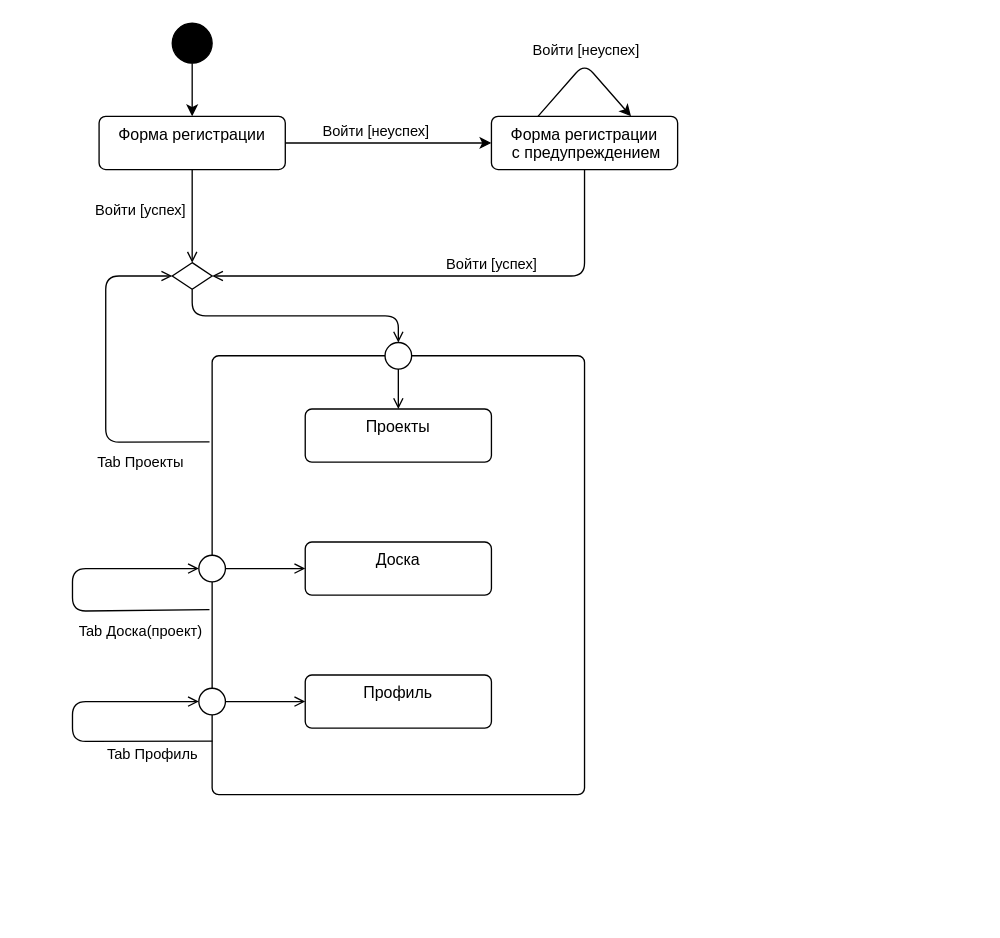
This is ui/automata/raw/main.drawio from aVorotnikov/thunder_board, a draw.io file, before an edit. Source tidied: cells renumbered, new cells numbered last; positions are measured from the earlier drawing's top-left corner, leaving out a move shared by most shapes. Both pictures are drawn from the tidied source at 133%, with x=0, y=0 at pixel (72, 23).
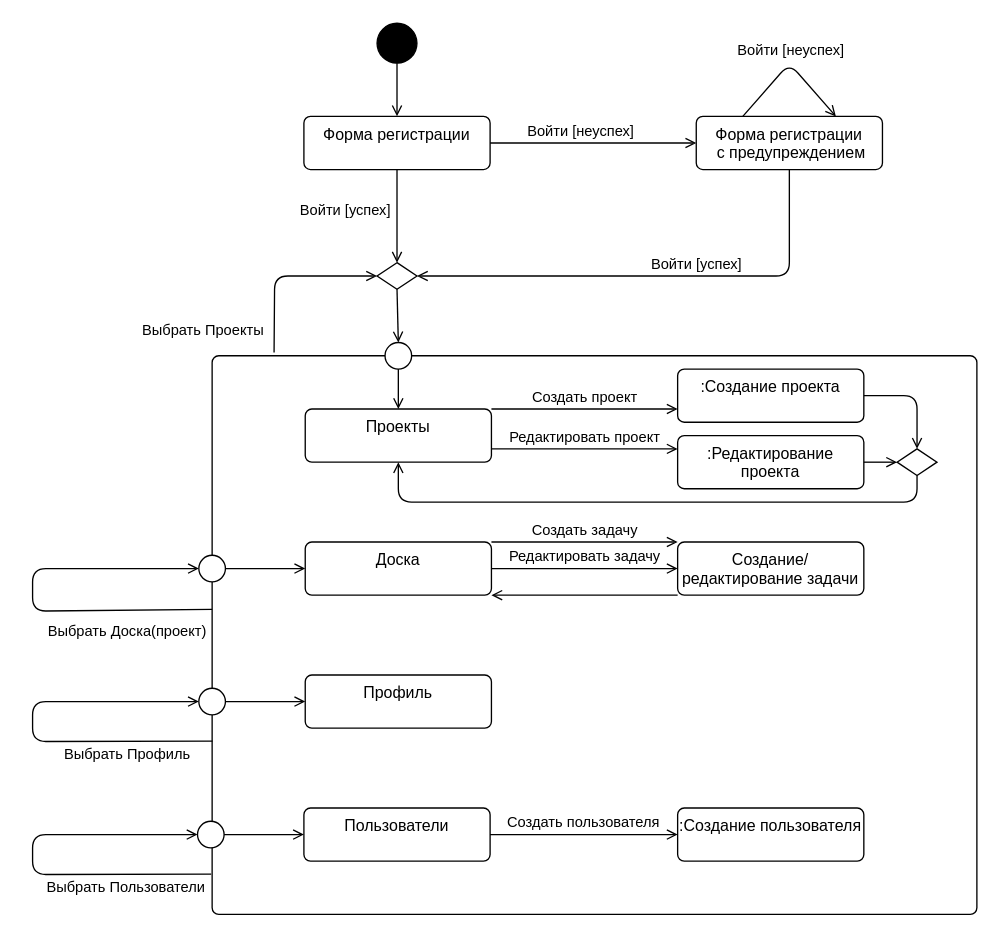
The same page after the edit.

Commit message (it also covers changes not shown here):
Добавлены создания и редактирования

The change refers to these unchanged cells:
```xml
<mxCell id="11" value="Доска" style="html=1;align=center;verticalAlign=top;rounded=1;absoluteArcSize=1;arcSize=10;dashed=0;whiteSpace=wrap;" parent="1" vertex="1">
  <mxGeometry x="175" y="390" width="140" height="40" as="geometry" />
</mxCell>
<mxCell id="12" value="Проекты" style="html=1;align=center;verticalAlign=top;rounded=1;absoluteArcSize=1;arcSize=10;dashed=0;whiteSpace=wrap;" parent="1" vertex="1">
  <mxGeometry x="175" y="290" width="140" height="40" as="geometry" />
</mxCell>
<mxCell id="16" style="ellipse;whiteSpace=wrap;html=1;" parent="1" vertex="1">
  <mxGeometry x="235" y="240" width="20" height="20" as="geometry" />
</mxCell>
<mxCell id="23" style="ellipse;whiteSpace=wrap;html=1;" parent="1" vertex="1">
  <mxGeometry x="95" y="400" width="20" height="20" as="geometry" />
</mxCell>
<mxCell id="24" style="ellipse;whiteSpace=wrap;html=1;" parent="1" vertex="1">
  <mxGeometry x="95" y="500" width="20" height="20" as="geometry" />
</mxCell>
```

Change to the diagram source:
```diff
@@
     <mxCell id="2" style="ellipse;fillColor=strokeColor;html=1;" parent="1" vertex="1">
-      <mxGeometry x="75" width="30" height="30" as="geometry" />
+      <mxGeometry x="229" width="30" height="30" as="geometry" />
     </mxCell>
     <mxCell id="3" value="Форма регистрации" style="html=1;align=center;verticalAlign=top;rounded=1;absoluteArcSize=1;arcSize=10;dashed=0;whiteSpace=wrap;" parent="1" vertex="1">
-      <mxGeometry x="20" y="70" width="140" height="40" as="geometry" />
+      <mxGeometry x="174" y="70" width="140" height="40" as="geometry" />
     </mxCell>
-    <mxCell id="4" style="endArrow=classic;html=1;rounded=0;exitX=0.5;exitY=1;exitDx=0;exitDy=0;entryX=0.5;entryY=0;entryDx=0;entryDy=0;" parent="1" edge="1" source="2" target="3">
+    <mxCell id="4" style="endArrow=open;html=1;rounded=0;exitX=0.5;exitY=1;exitDx=0;exitDy=0;entryX=0.5;entryY=0;entryDx=0;entryDy=0;endFill=0;" parent="1" edge="1" source="2" target="3">
       <mxGeometry relative="1" as="geometry" />
     </mxCell>
     <mxCell id="5" value="Форма регистрации&lt;br&gt;&amp;nbsp;с предупреждением" style="html=1;align=center;verticalAlign=top;rounded=1;absoluteArcSize=1;arcSize=10;dashed=0;whiteSpace=wrap;" parent="1" vertex="1">
-      <mxGeometry x="315" y="70" width="140" height="40" as="geometry" />
+      <mxGeometry x="469" y="70" width="140" height="40" as="geometry" />
     </mxCell>
-    <mxCell id="6" style="endArrow=classic;html=1;rounded=0;exitX=1;exitY=0.5;exitDx=0;exitDy=0;entryX=0;entryY=0.5;entryDx=0;entryDy=0;" parent="1" edge="1" source="3" target="5">
+    <mxCell id="6" style="endArrow=open;html=1;rounded=0;exitX=1;exitY=0.5;exitDx=0;exitDy=0;entryX=0;entryY=0.5;entryDx=0;entryDy=0;endFill=0;" parent="1" edge="1" source="3" target="5">
       <mxGeometry relative="1" as="geometry" />
     </mxCell>
@@
     <mxCell id="8" style="html=1;align=center;verticalAlign=top;rounded=1;absoluteArcSize=1;arcSize=10;dashed=0;whiteSpace=wrap;" parent="1" vertex="1">
-      <mxGeometry x="105" y="250" width="280" height="330" as="geometry" />
+      <mxGeometry x="105" y="250" width="575" height="420" as="geometry" />
     </mxCell>
-    <mxCell id="9" style="endArrow=classic;html=1;rounded=1;exitX=0.25;exitY=0;exitDx=0;exitDy=0;entryX=0.75;entryY=0;entryDx=0;entryDy=0;curved=0;" parent="1" edge="1" source="5" target="5">
+    <mxCell id="9" style="endArrow=open;html=1;rounded=1;exitX=0.25;exitY=0;exitDx=0;exitDy=0;entryX=0.75;entryY=0;entryDx=0;entryDy=0;curved=0;endFill=0;" parent="1" edge="1" source="5" target="5">
       <mxGeometry relative="1" as="geometry">
         <Array as="points">
-          <mxPoint x="385" y="30" />
+          <mxPoint x="539" y="30" />
         </Array>
       </mxGeometry>
     </mxCell>
@@
     <mxCell id="15" style="rhombus;whiteSpace=wrap;html=1;" parent="1" vertex="1">
-      <mxGeometry x="75" y="180" width="30" height="20" as="geometry" />
+      <mxGeometry x="229" y="180" width="30" height="20" as="geometry" />
     </mxCell>
@@
-    <mxCell id="17" style="endArrow=open;html=1;rounded=1;exitX=-0.007;exitY=0.196;exitDx=0;exitDy=0;entryX=0;entryY=0.5;entryDx=0;entryDy=0;curved=0;exitPerimeter=0;endFill=0;" parent="1" edge="1" source="8" target="15">
+    <mxCell id="17" style="endArrow=open;html=1;rounded=1;exitX=0.081;exitY=-0.006;exitDx=0;exitDy=0;entryX=0;entryY=0.5;entryDx=0;entryDy=0;curved=0;exitPerimeter=0;endFill=0;" parent="1" edge="1" source="8" target="15">
       <mxGeometry relative="1" as="geometry">
         <Array as="points">
-          <mxPoint x="25" y="315" />
-          <mxPoint x="25" y="190" />
+          <mxPoint x="152" y="190" />
         </Array>
       </mxGeometry>
     </mxCell>
-    <mxCell id="18" value="Tab Проекты" style="edgeLabel;html=1;align=center;verticalAlign=middle;" parent="17" vertex="1">
+    <mxCell id="18" value="Выбрать Проекты" style="edgeLabel;html=1;align=center;verticalAlign=middle;" parent="17" vertex="1">
       <mxGeometry x="-0.14" relative="1" as="geometry">
-        <mxPoint x="25" y="45" as="offset" />
+        <mxPoint x="-55" y="40" as="offset" />
       </mxGeometry>
     </mxCell>
     <mxCell id="19" value="Войти [успех]" style="edgeLabel;html=1;align=center;verticalAlign=middle;" parent="1" vertex="1">
-      <mxGeometry x="50" y="140" as="geometry" />
+      <mxGeometry x="204" y="140" as="geometry" />
     </mxCell>
     <mxCell id="20" style="endArrow=open;html=1;rounded=1;align=center;verticalAlign=top;endFill=0;labelBackgroundColor=none;endSize=6;exitX=0.5;exitY=1;exitDx=0;exitDy=0;curved=0;entryX=1;entryY=0.5;entryDx=0;entryDy=0;" parent="1" edge="1" source="5" target="15">
       <mxGeometry relative="1" as="geometry">
         <Array as="points">
-          <mxPoint x="385" y="190" />
+          <mxPoint x="539" y="190" />
         </Array>
       </mxGeometry>
     </mxCell>
     <mxCell id="21" style="endArrow=open;html=1;rounded=1;align=center;verticalAlign=top;endFill=0;labelBackgroundColor=none;endSize=6;exitX=0.5;exitY=1;exitDx=0;exitDy=0;curved=0;entryX=0.5;entryY=0;entryDx=0;entryDy=0;" parent="1" edge="1" source="15" target="16">
-      <mxGeometry relative="1" as="geometry">
-        <Array as="points">
-          <mxPoint x="90" y="220" />
-          <mxPoint x="245" y="220" />
-        </Array>
-      </mxGeometry>
+      <mxGeometry relative="1" as="geometry" />
     </mxCell>
     <mxCell id="22" value="Войти [успех]" style="edgeLabel;html=1;align=center;verticalAlign=middle;" parent="1" vertex="1">
-      <mxGeometry x="314" y="180" as="geometry" />
+      <mxGeometry x="468" y="180" as="geometry" />
     </mxCell>
@@
     <mxCell id="25" style="endArrow=open;html=1;rounded=1;exitX=0.001;exitY=0.848;exitDx=0;exitDy=0;entryX=0;entryY=0.5;entryDx=0;entryDy=0;curved=0;exitPerimeter=0;endFill=0;" parent="1" edge="1" target="24">
       <mxGeometry relative="1" as="geometry">
         <mxPoint x="105.3" y="539.8" as="sourcePoint" />
         <Array as="points">
-          <mxPoint y="540" />
-          <mxPoint y="510" />
+          <mxPoint x="-30" y="540" />
+          <mxPoint x="-30" y="510" />
         </Array>
       </mxGeometry>
     </mxCell>
-    <mxCell id="26" value="Tab Профиль" style="edgeLabel;html=1;align=center;verticalAlign=middle;" parent="25" vertex="1">
+    <mxCell id="26" value="Выбрать Профиль" style="edgeLabel;html=1;align=center;verticalAlign=middle;" parent="25" vertex="1">
       <mxGeometry x="-0.14" relative="1" as="geometry">
-        <mxPoint x="53" y="10" as="offset" />
+        <mxPoint x="60" y="10" as="offset" />
       </mxGeometry>
     </mxCell>
-    <mxCell id="27" style="endArrow=open;html=1;rounded=1;entryX=0;entryY=0.5;entryDx=0;entryDy=0;curved=0;endFill=0;exitX=-0.007;exitY=0.527;exitDx=0;exitDy=0;exitPerimeter=0;" parent="1" edge="1" target="23">
+    <mxCell id="27" style="endArrow=open;html=1;rounded=1;entryX=0;entryY=0.5;entryDx=0;entryDy=0;curved=0;endFill=0;exitX=0;exitY=0.454;exitDx=0;exitDy=0;exitPerimeter=0;" parent="1" edge="1" source="8" target="23">
       <mxGeometry relative="1" as="geometry">
-        <mxPoint x="103" y="440.9" as="sourcePoint" />
         <Array as="points">
-          <mxPoint y="442" />
-          <mxPoint y="410" />
+          <mxPoint x="-30" y="442" />
+          <mxPoint x="-30" y="410" />
         </Array>
       </mxGeometry>
     </mxCell>
-    <mxCell id="28" value="Tab Доска(проект)" style="edgeLabel;html=1;align=center;verticalAlign=middle;" parent="27" vertex="1">
+    <mxCell id="28" value="Выбрать Доска(проект)" style="edgeLabel;html=1;align=center;verticalAlign=middle;" parent="27" vertex="1">
       <mxGeometry x="-0.14" relative="1" as="geometry">
-        <mxPoint x="46" y="15" as="offset" />
+        <mxPoint x="61" y="15" as="offset" />
       </mxGeometry>
     </mxCell>
@@
+    <mxCell id="32" value="Создание/редактирование задачи" style="html=1;align=center;verticalAlign=top;rounded=1;absoluteArcSize=1;arcSize=10;dashed=0;whiteSpace=wrap;" parent="1" vertex="1">
+      <mxGeometry x="455" y="390" width="140" height="40" as="geometry" />
+    </mxCell>
+    <mxCell id="33" style="endArrow=open;html=1;rounded=1;align=center;verticalAlign=top;endFill=0;labelBackgroundColor=none;endSize=6;exitX=1;exitY=0;exitDx=0;exitDy=0;curved=0;entryX=0;entryY=0;entryDx=0;entryDy=0;" parent="1" edge="1" source="11" target="32">
+      <mxGeometry relative="1" as="geometry" />
+    </mxCell>
+    <mxCell id="34" value="Создать задачу" style="edgeLabel;html=1;align=center;verticalAlign=middle;" parent="33" vertex="1">
+      <mxGeometry x="-0.02" y="1" relative="1" as="geometry">
+        <mxPoint y="-9" as="offset" />
+      </mxGeometry>
+    </mxCell>
+    <mxCell id="35" style="endArrow=open;html=1;rounded=1;align=center;verticalAlign=top;endFill=0;labelBackgroundColor=none;endSize=6;exitX=1;exitY=0.5;exitDx=0;exitDy=0;curved=0;entryX=0;entryY=0.5;entryDx=0;entryDy=0;" parent="1" edge="1" source="11" target="32">
+      <mxGeometry relative="1" as="geometry" />
+    </mxCell>
+    <mxCell id="36" value="Редактировать задачу" style="edgeLabel;html=1;align=center;verticalAlign=middle;" parent="35" vertex="1">
+      <mxGeometry x="-0.02" y="1" relative="1" as="geometry">
+        <mxPoint y="-9" as="offset" />
+      </mxGeometry>
+    </mxCell>
+    <mxCell id="37" style="endArrow=open;html=1;rounded=1;entryX=1;entryY=1;entryDx=0;entryDy=0;curved=0;endFill=0;exitX=0;exitY=1;exitDx=0;exitDy=0;" parent="1" edge="1" source="32" target="11">
+      <mxGeometry relative="1" as="geometry" />
+    </mxCell>
+    <mxCell id="38" value=":Создание проекта" style="html=1;align=center;verticalAlign=top;rounded=1;absoluteArcSize=1;arcSize=10;dashed=0;whiteSpace=wrap;" parent="1" vertex="1">
+      <mxGeometry x="455" y="260" width="140" height="40" as="geometry" />
+    </mxCell>
+    <mxCell id="39" style="endArrow=open;html=1;rounded=1;align=center;verticalAlign=top;endFill=0;labelBackgroundColor=none;endSize=6;exitX=1;exitY=0;exitDx=0;exitDy=0;curved=0;entryX=0;entryY=0.75;entryDx=0;entryDy=0;" parent="1" edge="1" source="12" target="38">
+      <mxGeometry relative="1" as="geometry" />
+    </mxCell>
+    <mxCell id="40" value="Создать проект" style="edgeLabel;html=1;align=center;verticalAlign=middle;" parent="39" vertex="1">
+      <mxGeometry x="-0.02" y="1" relative="1" as="geometry">
+        <mxPoint y="-9" as="offset" />
+      </mxGeometry>
+    </mxCell>
+    <mxCell id="41" value=":Редактирование проекта" style="html=1;align=center;verticalAlign=top;rounded=1;absoluteArcSize=1;arcSize=10;dashed=0;whiteSpace=wrap;" parent="1" vertex="1">
+      <mxGeometry x="455" y="310" width="140" height="40" as="geometry" />
+    </mxCell>
+    <mxCell id="42" style="endArrow=open;html=1;rounded=1;align=center;verticalAlign=top;endFill=0;labelBackgroundColor=none;endSize=6;exitX=1;exitY=0.75;exitDx=0;exitDy=0;curved=0;entryX=0;entryY=0.25;entryDx=0;entryDy=0;" parent="1" edge="1" source="12" target="41">
+      <mxGeometry relative="1" as="geometry" />
+    </mxCell>
+    <mxCell id="43" value="Редактировать проект" style="edgeLabel;html=1;align=center;verticalAlign=middle;" parent="42" vertex="1">
+      <mxGeometry x="-0.02" y="1" relative="1" as="geometry">
+        <mxPoint y="-9" as="offset" />
+      </mxGeometry>
+    </mxCell>
+    <mxCell id="44" value="Пользователи" style="html=1;align=center;verticalAlign=top;rounded=1;absoluteArcSize=1;arcSize=10;dashed=0;whiteSpace=wrap;" parent="1" vertex="1">
+      <mxGeometry x="174" y="590" width="140" height="40" as="geometry" />
+    </mxCell>
+    <mxCell id="45" style="ellipse;whiteSpace=wrap;html=1;" parent="1" vertex="1">
+      <mxGeometry x="94" y="600" width="20" height="20" as="geometry" />
+    </mxCell>
+    <mxCell id="46" style="endArrow=open;html=1;rounded=1;exitX=0.001;exitY=0.848;exitDx=0;exitDy=0;entryX=0;entryY=0.5;entryDx=0;entryDy=0;curved=0;exitPerimeter=0;endFill=0;" parent="1" edge="1" target="45">
+      <mxGeometry relative="1" as="geometry">
+        <mxPoint x="104.3" y="639.8" as="sourcePoint" />
+        <Array as="points">
+          <mxPoint x="-30" y="640" />
+          <mxPoint x="-30" y="610" />
+        </Array>
+      </mxGeometry>
+    </mxCell>
+    <mxCell id="47" value="Выбрать Пользователи" style="edgeLabel;html=1;align=center;verticalAlign=middle;" parent="46" vertex="1">
+      <mxGeometry x="-0.14" relative="1" as="geometry">
+        <mxPoint x="59" y="10" as="offset" />
+      </mxGeometry>
+    </mxCell>
+    <mxCell id="48" style="endArrow=open;html=1;rounded=1;align=center;verticalAlign=top;endFill=0;labelBackgroundColor=none;endSize=6;exitX=1;exitY=0.5;exitDx=0;exitDy=0;curved=0;entryX=0;entryY=0.5;entryDx=0;entryDy=0;" parent="1" edge="1" source="45" target="44">
+      <mxGeometry relative="1" as="geometry" />
+    </mxCell>
+    <mxCell id="49" value=":Создание пользователя" style="html=1;align=center;verticalAlign=top;rounded=1;absoluteArcSize=1;arcSize=10;dashed=0;whiteSpace=wrap;" parent="1" vertex="1">
+      <mxGeometry x="455" y="590" width="140" height="40" as="geometry" />
+    </mxCell>
+    <mxCell id="50" style="endArrow=open;html=1;rounded=1;align=center;verticalAlign=top;endFill=0;labelBackgroundColor=none;endSize=6;exitX=1;exitY=0.5;exitDx=0;exitDy=0;curved=0;entryX=0;entryY=0.5;entryDx=0;entryDy=0;" parent="1" edge="1" source="44" target="49">
+      <mxGeometry relative="1" as="geometry" />
+    </mxCell>
+    <mxCell id="51" value="Создать пользователя" style="edgeLabel;html=1;align=center;verticalAlign=middle;" parent="50" vertex="1">
+      <mxGeometry x="-0.02" y="1" relative="1" as="geometry">
+        <mxPoint y="-9" as="offset" />
+      </mxGeometry>
+    </mxCell>
+    <mxCell id="52" style="rhombus;whiteSpace=wrap;html=1;" parent="1" vertex="1">
+      <mxGeometry x="620" y="320" width="30" height="20" as="geometry" />
+    </mxCell>
+    <mxCell id="53" style="endArrow=open;html=1;rounded=1;entryX=0.5;entryY=0;entryDx=0;entryDy=0;curved=0;endFill=0;exitX=1;exitY=0.5;exitDx=0;exitDy=0;" parent="1" edge="1" source="38" target="52">
+      <mxGeometry relative="1" as="geometry">
+        <Array as="points">
+          <mxPoint x="635" y="280" />
+        </Array>
+      </mxGeometry>
+    </mxCell>
+    <mxCell id="54" style="endArrow=open;html=1;rounded=1;entryX=0;entryY=0.5;entryDx=0;entryDy=0;curved=0;endFill=0;exitX=1;exitY=0.5;exitDx=0;exitDy=0;" parent="1" edge="1" source="41" target="52">
+      <mxGeometry relative="1" as="geometry" />
+    </mxCell>
+    <mxCell id="55" style="endArrow=open;html=1;rounded=1;entryX=0.5;entryY=1;entryDx=0;entryDy=0;curved=0;endFill=0;exitX=0.5;exitY=1;exitDx=0;exitDy=0;" parent="1" edge="1" source="52" target="12">
+      <mxGeometry relative="1" as="geometry">
+        <Array as="points">
+          <mxPoint x="635" y="360" />
+          <mxPoint x="245" y="360" />
+        </Array>
+      </mxGeometry>
+    </mxCell>
```
